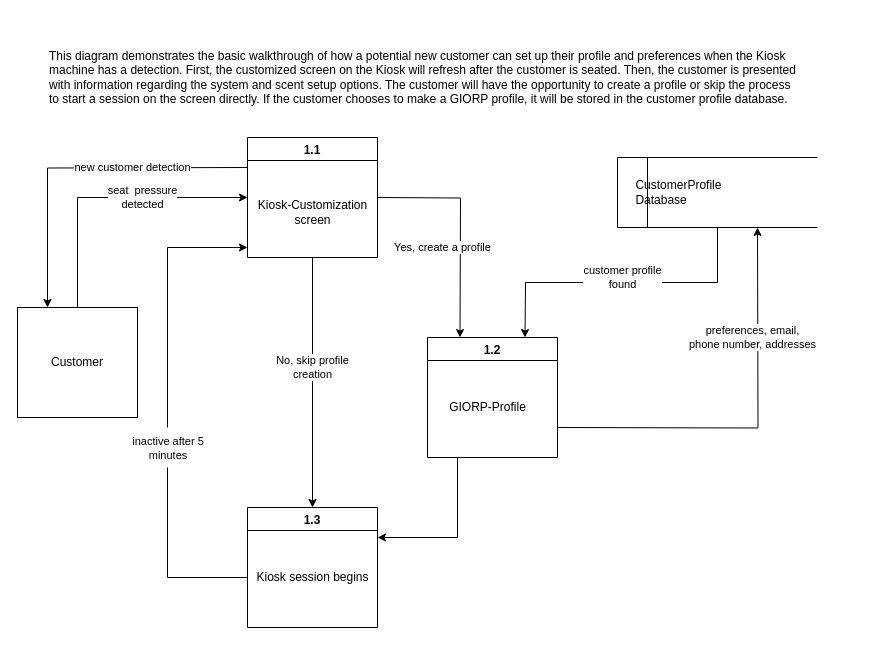
This is Untitled Diagram.drawio from paige71/Draw.io, a draw.io file, before an edit. Source tidied: cells renumbered, new cells numbered last; positions are measured from the earlier drawing's top-left corner, leaving out a move shared by most shapes. Both pictures are drawn from the tidied source at 100%, with x=0, y=0 at pixel (17, 37).
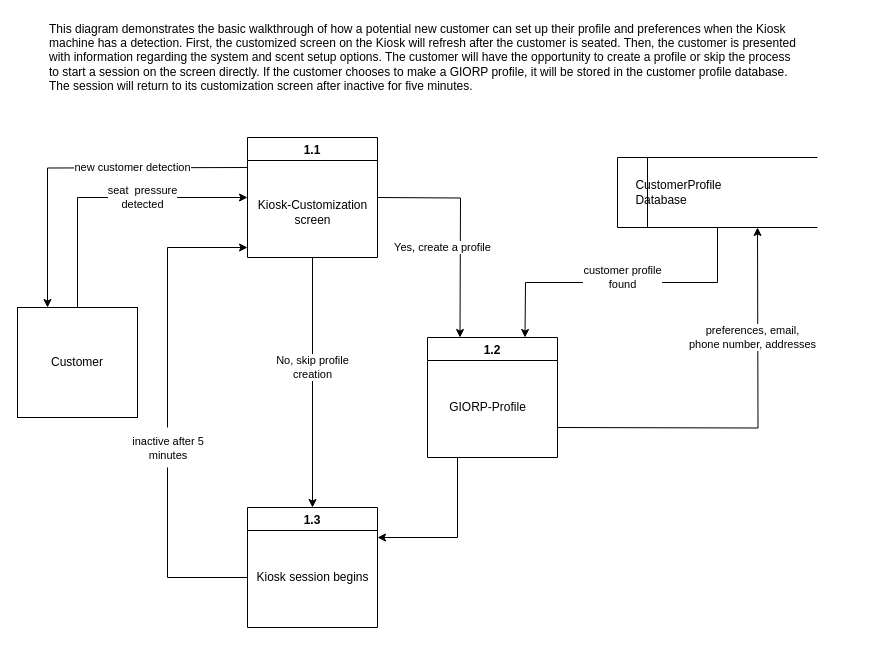
The same page after the edit.

Change to the diagram source:
```diff
@@
-    <mxCell id="26" value="&lt;div&gt;This diagram demonstrates the basic walkthrough of how a potential new customer can set up their profile and preferences when the Kiosk machine has a detection. First, the customized screen on the Kiosk will refresh after the customer is seated. Then, the customer is presented with information regarding the system and scent setup options. The customer will have the opportunity to create a profile or skip the process to start a session on the screen directly. If the customer chooses to make a GIORP profile, it will be stored in the customer profile database.&amp;nbsp;&amp;nbsp;&lt;/div&gt;" style="text;html=1;strokeColor=none;fillColor=none;align=left;verticalAlign=middle;whiteSpace=wrap;rounded=0;" parent="1" vertex="1">
-      <mxGeometry x="30" width="750" height="80" as="geometry" />
+    <mxCell id="26" value="&lt;div&gt;This diagram demonstrates the basic walkthrough of how a potential new customer can set up their profile and preferences when the Kiosk machine has a detection. First, the customized screen on the Kiosk will refresh after the customer is seated. Then, the customer is presented with information regarding the system and scent setup options. The customer will have the opportunity to create a profile or skip the process to start a session on the screen directly. If the customer chooses to make a GIORP profile, it will be stored in the customer profile database. The session will return to its customization screen after inactive for five minutes.&amp;nbsp; &amp;nbsp;&lt;/div&gt;" style="text;html=1;strokeColor=none;fillColor=none;align=left;verticalAlign=middle;whiteSpace=wrap;rounded=0;" parent="1" vertex="1">
+      <mxGeometry x="30" y="-20" width="750" height="80" as="geometry" />
     </mxCell>
```
